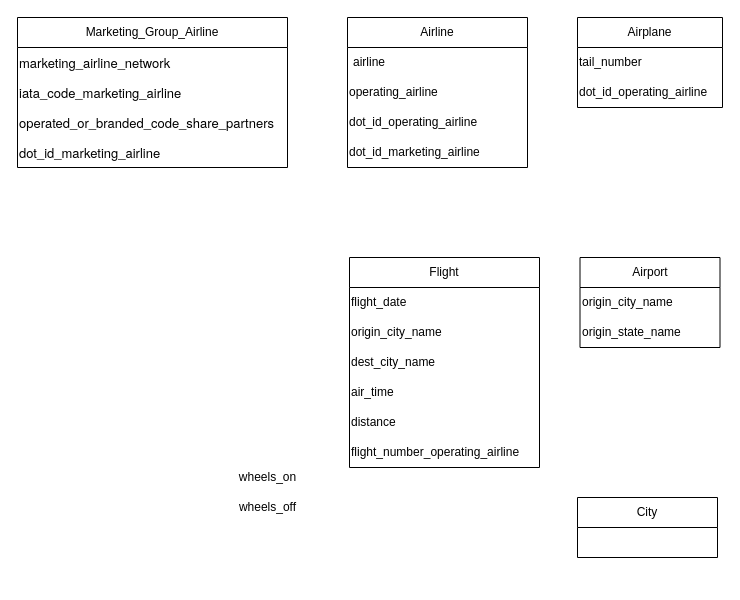
malinowakrew/ztb keeps this draw.io diagram as Diagram bez tytułu.drawio. Above is the earlier version. Source tidied: cells renumbered, new cells numbered last; positions are measured from the earlier drawing's top-left corner, leaving out a move shared by most shapes. Both pictures are drawn from the tidied source at 100%, with x=0, y=0 at pixel (17, 17).
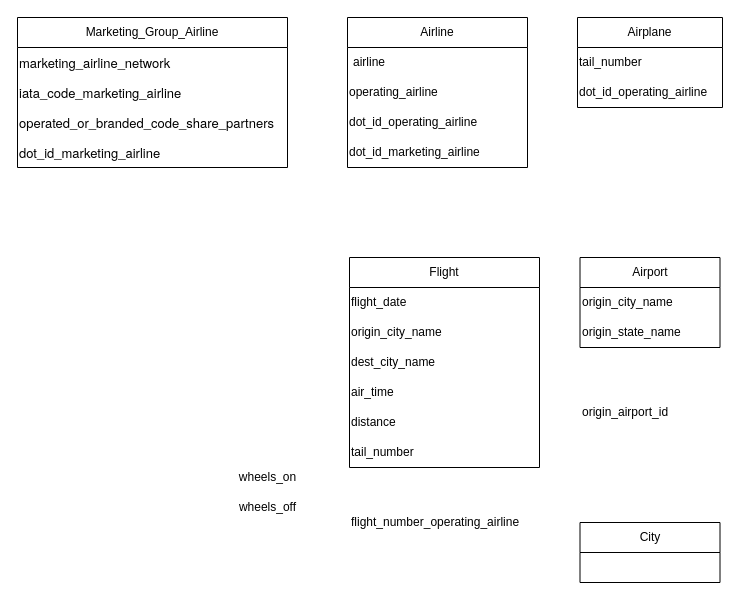
Above is the later version.

The change refers to these unchanged cells:
```xml
<mxCell id="10" value="Flight" style="swimlane;fontStyle=0;horizontal=1;startSize=30;whiteSpace=wrap;html=1;" parent="1" vertex="1">
  <mxGeometry x="332" y="240" width="190" height="210" as="geometry" />
</mxCell>
```

The edit, as a diff of the source:
```diff
@@
-    <mxCell id="16" value="flight_number_operating_airline" style="text;html=1;align=left;verticalAlign=middle;strokeColor=none;fillColor=none;" parent="10" vertex="1">
-      <mxGeometry y="180" width="190" height="30" as="geometry" />
-    </mxCell>
+    <mxCell id="28" value="tail_number" style="text;html=1;align=left;verticalAlign=middle;strokeColor=none;fillColor=none;" parent="10" vertex="1">
+      <mxGeometry y="180" width="190" height="30" as="geometry" />
+    </mxCell>
@@
     <mxCell id="20" value="City" style="swimlane;fontStyle=0;horizontal=1;startSize=30;whiteSpace=wrap;html=1;" parent="1" vertex="1">
-      <mxGeometry x="560" y="480" width="140" height="60" as="geometry" />
+      <mxGeometry x="562.5" y="505" width="140" height="60" as="geometry" />
     </mxCell>
@@
+    <mxCell id="29" value="origin_airport_id" style="text;html=1;align=left;verticalAlign=middle;strokeColor=none;fillColor=none;" parent="1" vertex="1">
+      <mxGeometry x="562.5" y="380" width="110" height="30" as="geometry" />
+    </mxCell>
+    <mxCell id="16" value="flight_number_operating_airline" style="text;html=1;align=left;verticalAlign=middle;strokeColor=none;fillColor=none;" parent="1" vertex="1">
+      <mxGeometry x="332" y="490" width="190" height="30" as="geometry" />
+    </mxCell>
```
